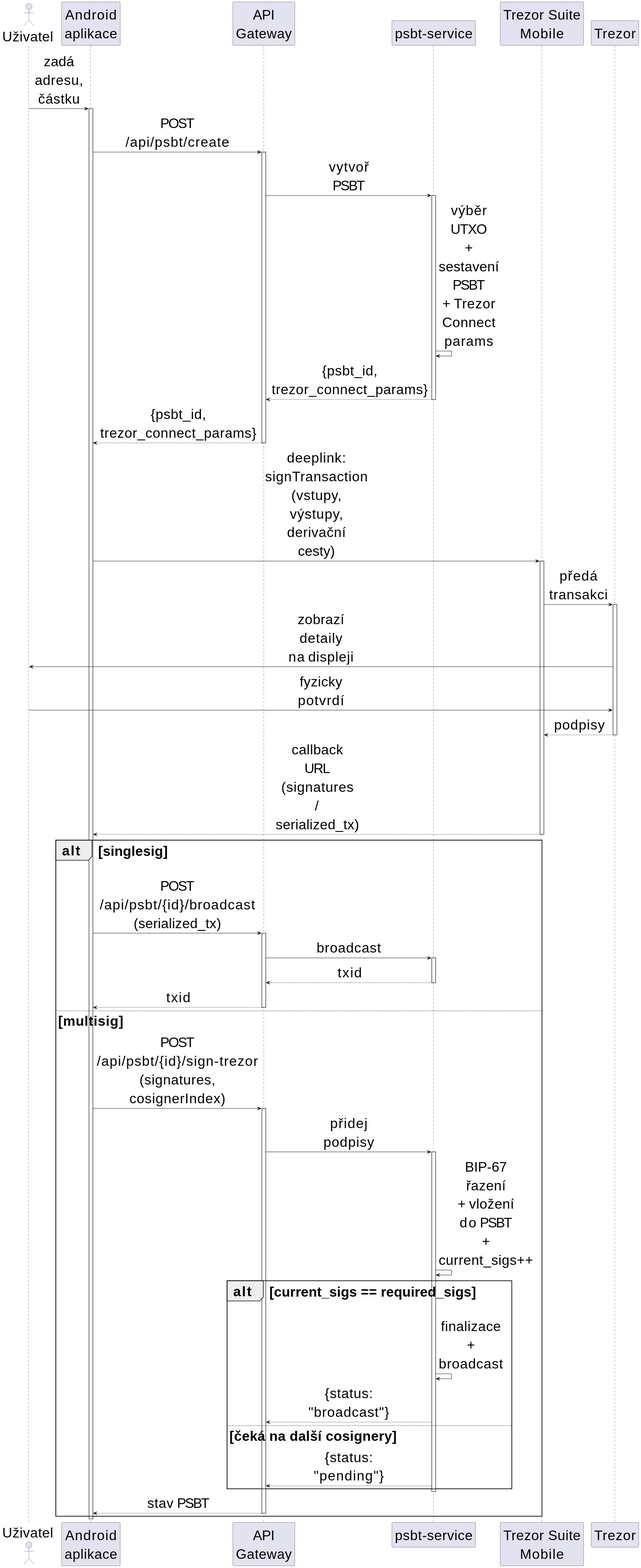
Majny/bitcoin-multisig-wallet keeps this PlantUML diagram as DOCS/thesis/img/trezor-signing.svg. Above is the earlier version.
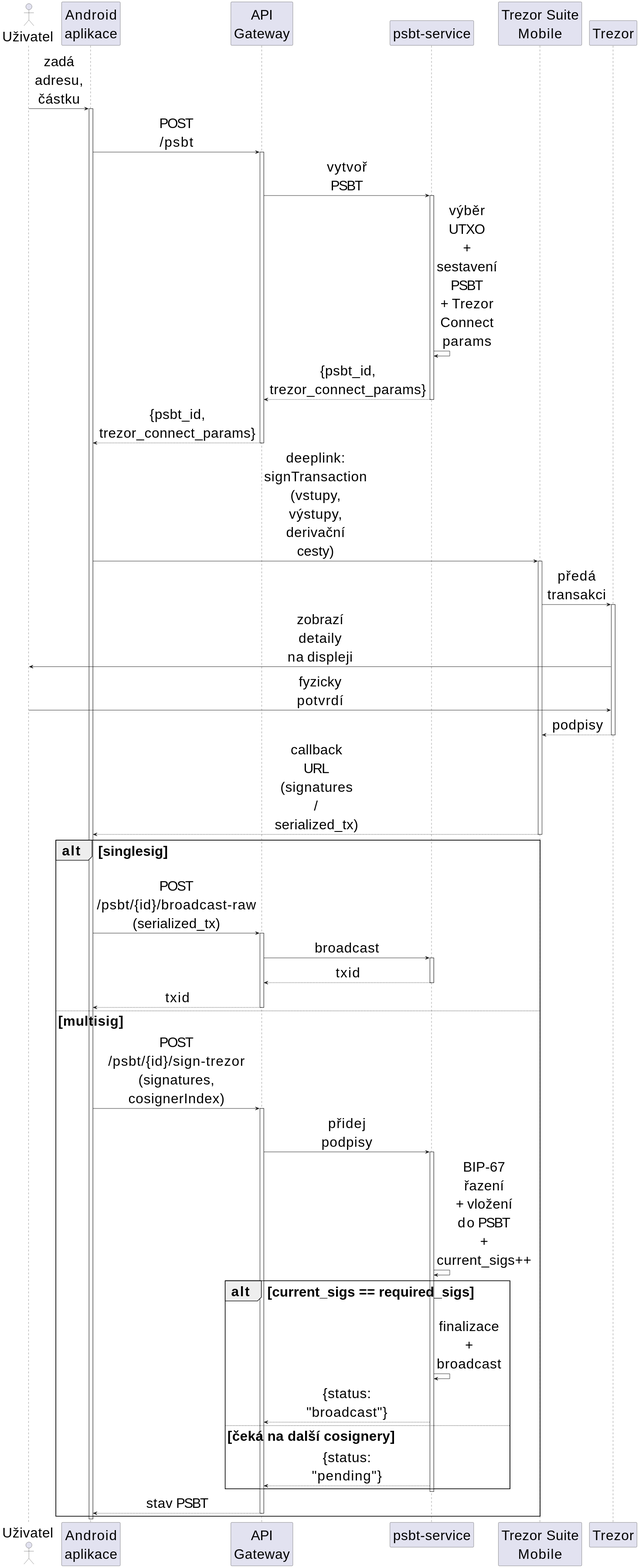
The same file after the commit.

Diff of the diagram source:
```diff
@@ -19,7 +19,7 @@
 user -> app : zadá adresu, částku
 activate app
 
-app -> gw : POST /api/psbt/create
+app -> gw : POST /psbt
 activate gw
 gw -> psbt : vytvoř PSBT
 activate psbt
@@ -41,7 +41,7 @@
 deactivate tsm
 
 alt singlesig
-    app -> gw : POST /api/psbt/{id}/broadcast\n(serialized_tx)
+    app -> gw : POST /psbt/{id}/broadcast-raw\n(serialized_tx)
     activate gw
     gw -> psbt : broadcast
     activate psbt
@@ -50,7 +50,7 @@
     gw --> app : txid
     deactivate gw
 else multisig
-    app -> gw : POST /api/psbt/{id}/sign-trezor\n(signatures, cosignerIndex)
+    app -> gw : POST /psbt/{id}/sign-trezor\n(signatures, cosignerIndex)
     activate gw
     gw -> psbt : přidej podpisy
     activate psbt
```
